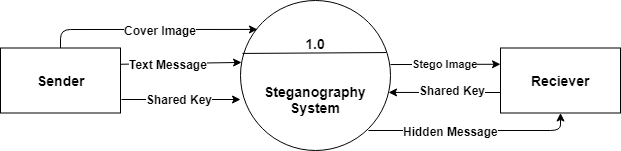
Above: Documentation/DFDLevel0.png in SupriyaAmatya/ImageSteganography (draw.io), before the change. Source tidied: cells renumbered, new cells last; positions are measured from the earlier drawing's top-left corner, leaving out a move shared by most shapes.
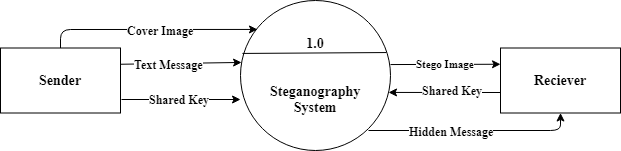
The same file after the commit.

What changed in the source:
```diff
@@ -2,44 +2,44 @@
   <root>
     <mxCell id="0" />
     <mxCell id="1" parent="0" />
-    <mxCell id="2" value="&lt;font style=&quot;font-size: 14px&quot;&gt;1.0&lt;br&gt;&lt;br&gt;&lt;br&gt;Steganography&lt;br&gt;System&lt;/font&gt;" style="shape=ellipse;html=1;dashed=0;whitespace=wrap;perimeter=ellipsePerimeter;fontStyle=1;strokeColor=#000000;" parent="1" vertex="1">
+    <mxCell id="2" value="&lt;font style=&quot;font-size: 14px&quot;&gt;1.0&lt;br&gt;&lt;br&gt;&lt;br&gt;Steganography&lt;br&gt;System&lt;/font&gt;" style="shape=ellipse;html=1;dashed=0;whitespace=wrap;perimeter=ellipsePerimeter;fontStyle=1;strokeColor=#000000;fontFamily=Times New Roman;" parent="1" vertex="1">
       <mxGeometry x="240" width="150" height="150" as="geometry" />
     </mxCell>
-    <mxCell id="3" value="&lt;font style=&quot;font-size: 14px&quot;&gt;Sender&lt;/font&gt;" style="html=1;dashed=0;whitespace=wrap;fontStyle=1;strokeColor=#000000;" parent="1" vertex="1">
+    <mxCell id="3" value="&lt;font style=&quot;font-size: 14px&quot;&gt;Sender&lt;/font&gt;" style="html=1;dashed=0;whitespace=wrap;fontStyle=1;strokeColor=#000000;fontFamily=Times New Roman;" parent="1" vertex="1">
       <mxGeometry y="47.5" width="120" height="65" as="geometry" />
     </mxCell>
-    <mxCell id="4" value="&lt;font style=&quot;font-size: 14px&quot;&gt;Reciever&lt;/font&gt;" style="html=1;dashed=0;whitespace=wrap;fontStyle=1;strokeColor=#000000;" parent="1" vertex="1">
+    <mxCell id="4" value="&lt;font style=&quot;font-size: 14px&quot;&gt;Reciever&lt;/font&gt;" style="html=1;dashed=0;whitespace=wrap;fontStyle=1;strokeColor=#000000;fontFamily=Times New Roman;" parent="1" vertex="1">
       <mxGeometry x="500" y="47.5" width="120" height="65" as="geometry" />
     </mxCell>
-    <mxCell id="5" style="endArrow=classic;html=1;exitX=1;exitY=0.25;exitDx=0;exitDy=0;entryX=0.007;entryY=0.413;entryDx=0;entryDy=0;entryPerimeter=0;fontStyle=1;strokeColor=#000000;" parent="1" edge="1" source="3" target="2">
+    <mxCell id="5" style="endArrow=classic;html=1;exitX=1;exitY=0.25;exitDx=0;exitDy=0;entryX=0.007;entryY=0.413;entryDx=0;entryDy=0;entryPerimeter=0;fontStyle=1;strokeColor=#000000;fontFamily=Times New Roman;" parent="1" edge="1" source="3" target="2">
       <mxGeometry relative="1" as="geometry" />
     </mxCell>
-    <mxCell id="6" value="Text Message" style="text;html=1;align=center;verticalAlign=middle;labelBackgroundColor=#ffffff;fontStyle=1;strokeColor=#000000;" parent="5" vertex="1">
+    <mxCell id="6" value="Text Message" style="text;html=1;align=center;verticalAlign=middle;labelBackgroundColor=#ffffff;fontStyle=1;strokeColor=#000000;fontFamily=Times New Roman;" parent="5" vertex="1">
       <mxGeometry x="-0.21" relative="1" as="geometry" />
     </mxCell>
-    <mxCell id="7" style="endArrow=classic;html=1;exitX=0.5;exitY=0;exitDx=0;exitDy=0;entryX=0.113;entryY=0.193;entryDx=0;entryDy=0;entryPerimeter=0;fontStyle=1;strokeColor=#000000;" parent="1" edge="1" source="3" target="2">
+    <mxCell id="7" style="endArrow=classic;html=1;exitX=0.5;exitY=0;exitDx=0;exitDy=0;entryX=0.113;entryY=0.193;entryDx=0;entryDy=0;entryPerimeter=0;fontStyle=1;strokeColor=#000000;fontFamily=Times New Roman;" parent="1" edge="1" source="3" target="2">
       <mxGeometry relative="1" as="geometry">
         <Array as="points">
           <mxPoint x="60" y="29" />
         </Array>
       </mxGeometry>
     </mxCell>
-    <mxCell id="8" value="Cover Image" style="text;html=1;align=center;verticalAlign=middle;labelBackgroundColor=#ffffff;fontStyle=1;strokeColor=#000000;" parent="7" vertex="1">
+    <mxCell id="8" value="Cover Image" style="text;html=1;align=center;verticalAlign=middle;labelBackgroundColor=#ffffff;fontStyle=1;strokeColor=#000000;fontFamily=Times New Roman;" parent="7" vertex="1">
       <mxGeometry x="-0.06" y="4" relative="1" as="geometry">
         <mxPoint x="17.5" y="5" as="offset" />
       </mxGeometry>
     </mxCell>
-    <mxCell id="9" style="endArrow=classic;html=1;fontStyle=1;strokeColor=#000000;entryX=0.987;entryY=0.613;entryDx=0;entryDy=0;entryPerimeter=0;" parent="1" edge="1" target="2">
+    <mxCell id="9" style="endArrow=classic;html=1;fontStyle=1;strokeColor=#000000;entryX=0.987;entryY=0.613;entryDx=0;entryDy=0;entryPerimeter=0;fontFamily=Times New Roman;" parent="1" edge="1" target="2">
       <mxGeometry relative="1" as="geometry">
         <mxPoint x="500" y="92" as="sourcePoint" />
       </mxGeometry>
     </mxCell>
-    <mxCell id="10" value="Shared Key" style="text;html=1;align=center;verticalAlign=middle;labelBackgroundColor=#ffffff;fontStyle=1;strokeColor=#000000;" parent="9" vertex="1">
+    <mxCell id="10" value="Shared Key" style="text;html=1;align=center;verticalAlign=middle;labelBackgroundColor=#ffffff;fontStyle=1;strokeColor=#000000;fontFamily=Times New Roman;" parent="9" vertex="1">
       <mxGeometry x="-0.28" y="1" relative="1" as="geometry">
         <mxPoint x="-8" y="-3" as="offset" />
       </mxGeometry>
     </mxCell>
-    <mxCell id="11" style="endArrow=classic;html=1;entryX=0.5;entryY=1;entryDx=0;entryDy=0;fontStyle=1;strokeColor=#000000;" parent="1" edge="1" target="4">
+    <mxCell id="11" style="endArrow=classic;html=1;entryX=0.5;entryY=1;entryDx=0;entryDy=0;fontStyle=1;strokeColor=#000000;fontFamily=Times New Roman;" parent="1" edge="1" target="4">
       <mxGeometry relative="1" as="geometry">
         <mxPoint x="368" y="130" as="sourcePoint" />
         <Array as="points">
@@ -47,23 +47,23 @@
         </Array>
       </mxGeometry>
     </mxCell>
-    <mxCell id="12" value="Hidden Message" style="text;html=1;align=center;verticalAlign=middle;labelBackgroundColor=#ffffff;fontStyle=1;strokeColor=#000000;" parent="11" vertex="1">
+    <mxCell id="12" value="Hidden Message" style="text;html=1;align=center;verticalAlign=middle;labelBackgroundColor=#ffffff;fontStyle=1;strokeColor=#000000;fontFamily=Times New Roman;" parent="11" vertex="1">
       <mxGeometry x="0.1" y="-1" relative="1" as="geometry">
         <mxPoint x="-33" y="-1" as="offset" />
       </mxGeometry>
     </mxCell>
-    <mxCell id="13" value="Stego Image" style="endArrow=classic;html=1;fontStyle=1;strokeColor=#000000;entryX=0;entryY=0.25;entryDx=0;entryDy=0;exitX=1;exitY=0.427;exitDx=0;exitDy=0;exitPerimeter=0;" parent="1" edge="1" source="2" target="4">
+    <mxCell id="13" value="Stego Image" style="endArrow=classic;html=1;fontStyle=1;strokeColor=#000000;entryX=0;entryY=0.25;entryDx=0;entryDy=0;exitX=1;exitY=0.427;exitDx=0;exitDy=0;exitPerimeter=0;fontFamily=Times New Roman;" parent="1" edge="1" source="2" target="4">
       <mxGeometry relative="1" as="geometry" />
     </mxCell>
-    <mxCell id="14" style="endArrow=none;html=1;entryX=0.973;entryY=0.347;entryDx=0;entryDy=0;entryPerimeter=0;exitX=0.013;exitY=0.353;exitDx=0;exitDy=0;exitPerimeter=0;fontStyle=1;strokeColor=#000000;" parent="1" edge="1" source="2" target="2">
+    <mxCell id="14" style="endArrow=none;html=1;entryX=0.973;entryY=0.347;entryDx=0;entryDy=0;entryPerimeter=0;exitX=0.013;exitY=0.353;exitDx=0;exitDy=0;exitPerimeter=0;fontStyle=1;strokeColor=#000000;fontFamily=Times New Roman;" parent="1" edge="1" source="2" target="2">
       <mxGeometry relative="1" as="geometry" />
     </mxCell>
-    <mxCell id="15" style="endArrow=classic;html=1;fontStyle=1;strokeColor=#000000;entryX=0;entryY=0.66;entryDx=0;entryDy=0;entryPerimeter=0;" parent="1" edge="1" target="2">
+    <mxCell id="15" style="endArrow=classic;html=1;fontStyle=1;strokeColor=#000000;entryX=0;entryY=0.66;entryDx=0;entryDy=0;entryPerimeter=0;fontFamily=Times New Roman;" parent="1" edge="1" target="2">
       <mxGeometry relative="1" as="geometry">
         <mxPoint x="121" y="99" as="sourcePoint" />
       </mxGeometry>
     </mxCell>
-    <mxCell id="16" value="Shared Key" style="text;html=1;align=center;verticalAlign=middle;labelBackgroundColor=#ffffff;fontStyle=1;strokeColor=#000000;" parent="15" vertex="1">
+    <mxCell id="16" value="Shared Key" style="text;html=1;align=center;verticalAlign=middle;labelBackgroundColor=#ffffff;fontStyle=1;strokeColor=#000000;fontFamily=Times New Roman;" parent="15" vertex="1">
       <mxGeometry x="-0.28" y="1" relative="1" as="geometry">
         <mxPoint x="14" as="offset" />
       </mxGeometry>
```
